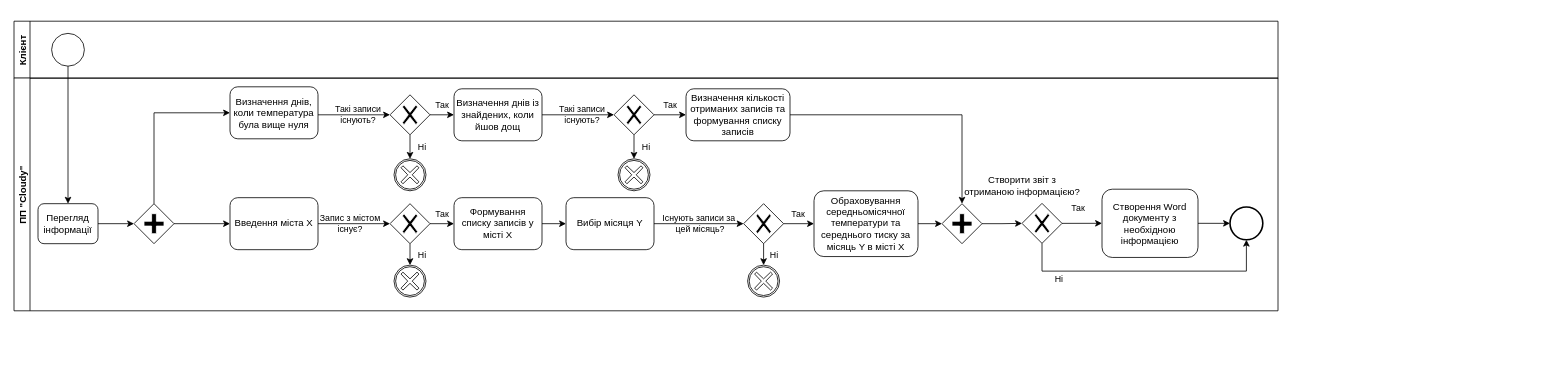
Before: page "BPMN" (1 of 2) of BPMN i IDEF0.drawio in godlyfrenemy/Cloudy, a draw.io diagram. Source tidied: cells renumbered, new cells numbered last; positions are measured from the earlier drawing's top-left corner, leaving out a move shared by most shapes. Both pictures are drawn from the tidied source at 80%, with x=0, y=0 at pixel (14, 14).
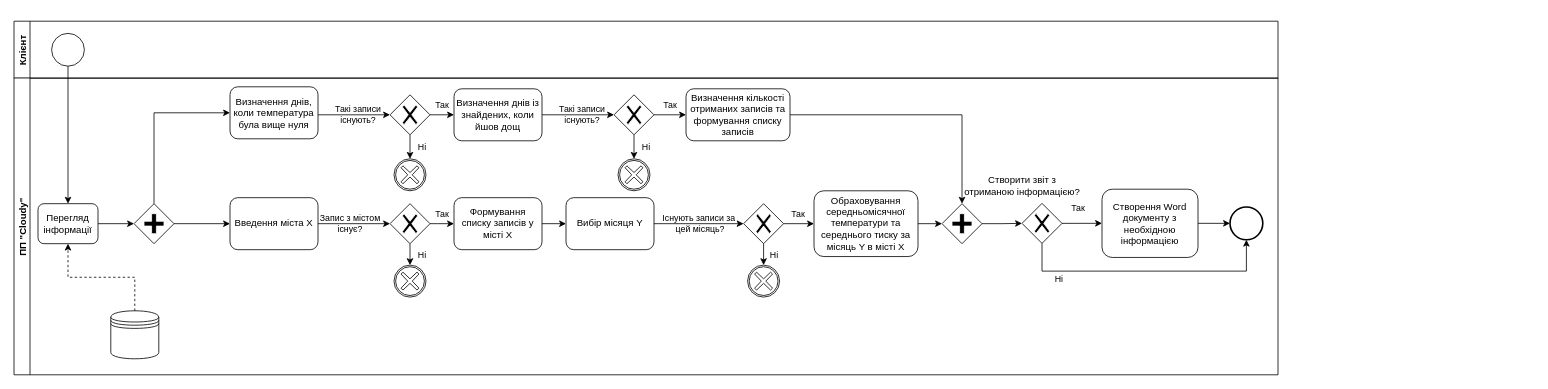
After the change.

The change refers to these unchanged cells:
```xml
<mxCell id="41" value="Перегляд інформації" style="shape=ext;rounded=1;html=1;whiteSpace=wrap;" parent="2" vertex="1">
  <mxGeometry x="30" y="237.4" width="75" height="50" as="geometry" />
</mxCell>
```

Change to the diagram source:
```diff
@@
     <mxCell id="44" value="ПП &quot;Cloudy&quot;" style="swimlane;startSize=20;horizontal=0;" parent="1" vertex="1">
-      <mxGeometry y="80" width="1580" height="291" as="geometry" />
+      <mxGeometry y="80" width="1580" height="371" as="geometry" />
     </mxCell>
@@
+    <mxCell id="51" style="shape=datastore;whiteSpace=wrap;html=1;" parent="44" vertex="1">
+      <mxGeometry x="121" y="291" width="60" height="60" as="geometry" />
+    </mxCell>
@@
+    <mxCell id="52" style="edgeStyle=orthogonalEdgeStyle;rounded=0;jettySize=auto;html=1;exitX=0.5;exitY=0;exitDx=0;exitDy=0;entryX=0.5;entryY=1;entryDx=0;entryDy=0;dashed=1;" parent="1" edge="1" source="51" target="41">
+      <mxGeometry relative="1" as="geometry" />
+    </mxCell>
```
